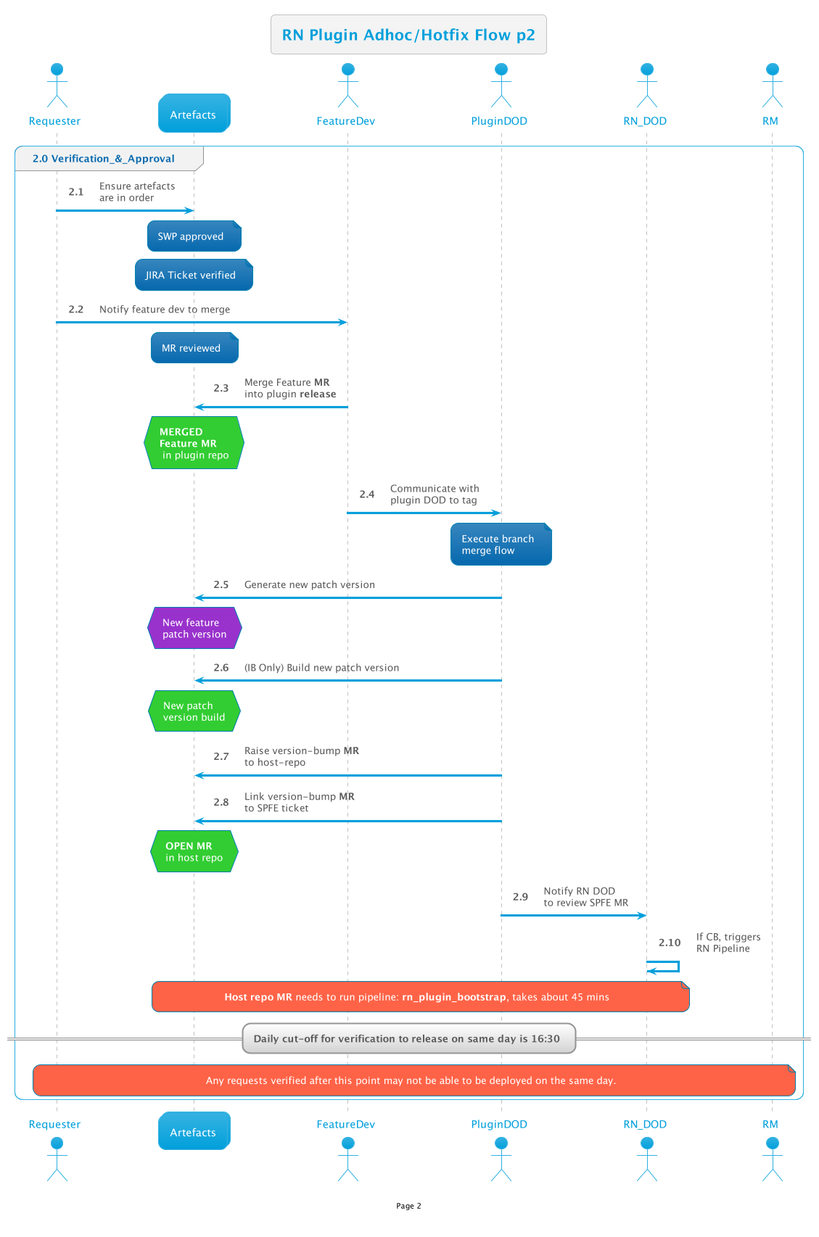
The PlantUML diagram out/RNReview/AdhocHotfixFlow/2/2.png in thetomitomo/diagrams, before a commit.
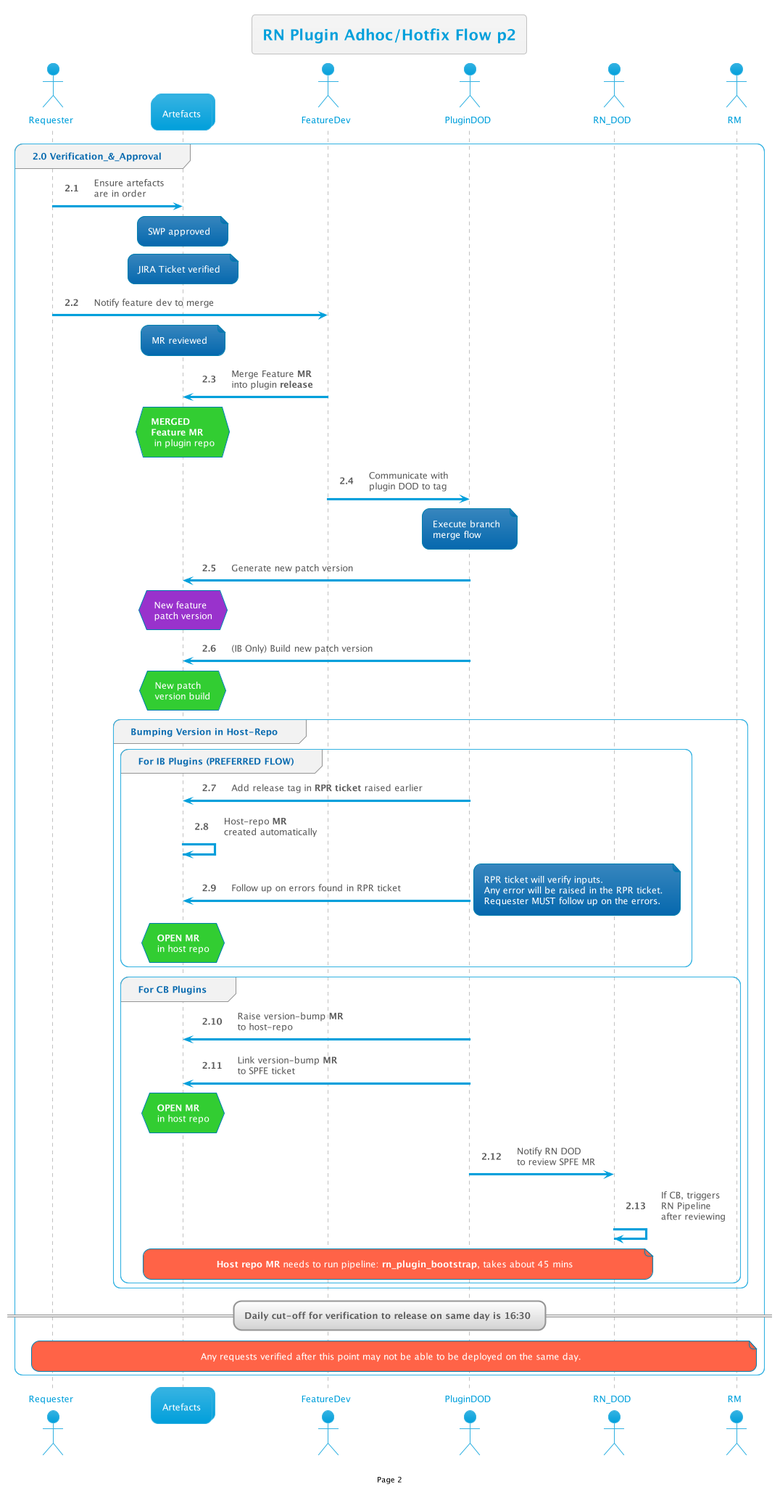
The same file after the commit.

What changed in the source:
```diff
@@ -23,13 +23,29 @@
     PluginDOD -> Art: (IB Only) Build new patch version
     hnote over Art#LimeGreen:New patch\nversion build
 
-    PluginDOD -> Art: Raise version-bump <b>MR</b>\nto host-repo
-    PluginDOD -> Art: Link version-bump <b>MR</b>\nto SPFE ticket
-    hnote over Art#LimeGreen:<b>OPEN MR\nin host repo
+    group Bumping Version in Host-Repo
+        group For IB Plugins (PREFERRED FLOW)
+            PluginDOD -> Art: Add release tag in **RPR ticket** raised earlier
+            Art -> Art: Host-repo <b>MR</b>\ncreated automatically
+            PluginDOD -> Art: Follow up on errors found in RPR ticket
+            note right
+                RPR ticket will verify inputs.
+                Any error will be raised in the RPR ticket.
+                Requester MUST follow up on the errors.
+            end note
+            hnote over Art#LimeGreen:<b>OPEN MR\nin host repo
+        end
+        group For CB Plugins
+            PluginDOD -> Art: Raise version-bump <b>MR</b>\nto host-repo
+            PluginDOD -> Art: Link version-bump <b>MR</b>\nto SPFE ticket
+            hnote over Art#LimeGreen:<b>OPEN MR\nin host repo
 
-    PluginDOD -> RN_DOD: Notify RN DOD\nto review SPFE MR
-    RN_DOD->RN_DOD: If CB, triggers\nRN Pipeline
-    note over Art,RN_DOD#Tomato: <b>Host repo MR</b> needs to run pipeline: <b>rn_plugin_bootstrap</b>, takes about 45 mins
+            PluginDOD -> RN_DOD: Notify RN DOD\nto review SPFE MR
+            RN_DOD->RN_DOD: If CB, triggers\nRN Pipeline\nafter reviewing
+            note over Art,RN_DOD#Tomato: <b>Host repo MR</b> needs to run pipeline: <b>rn_plugin_bootstrap</b>, takes about 45 mins
+        end
+    end
+
 
     == Daily cut-off for verification to release on same day is 16:30 ==
     note over req,RM#Tomato: Any requests verified after this point may not be able to be deployed on the same day.
```
